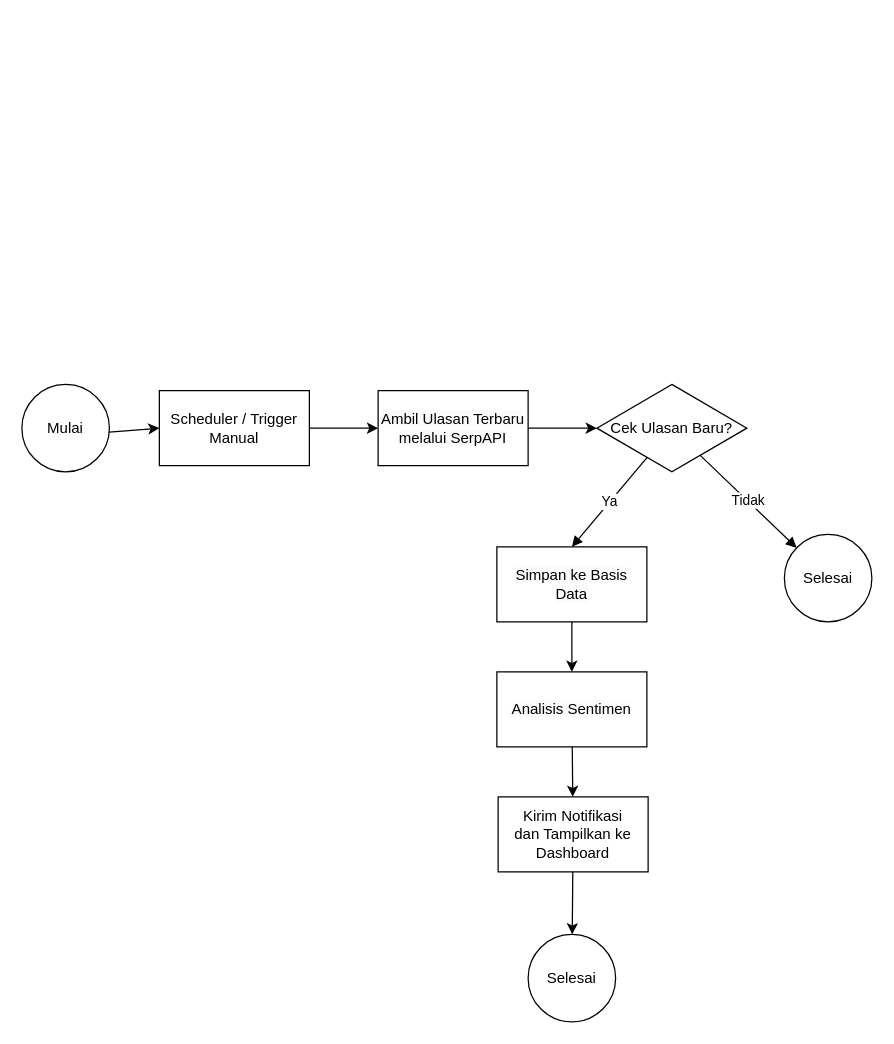
Above: drawio/scraping_operasional_serpapi.drawio in RinaldiHamzah/system-sentiment-monitoring-reviews (draw.io), before the change. Source tidied: cells renumbered, new cells numbered last; positions are measured from the earlier drawing's top-left corner, leaving out a move shared by most shapes. Both pictures are drawn from the tidied source at 125%, with x=0, y=0 at pixel (21, 384).
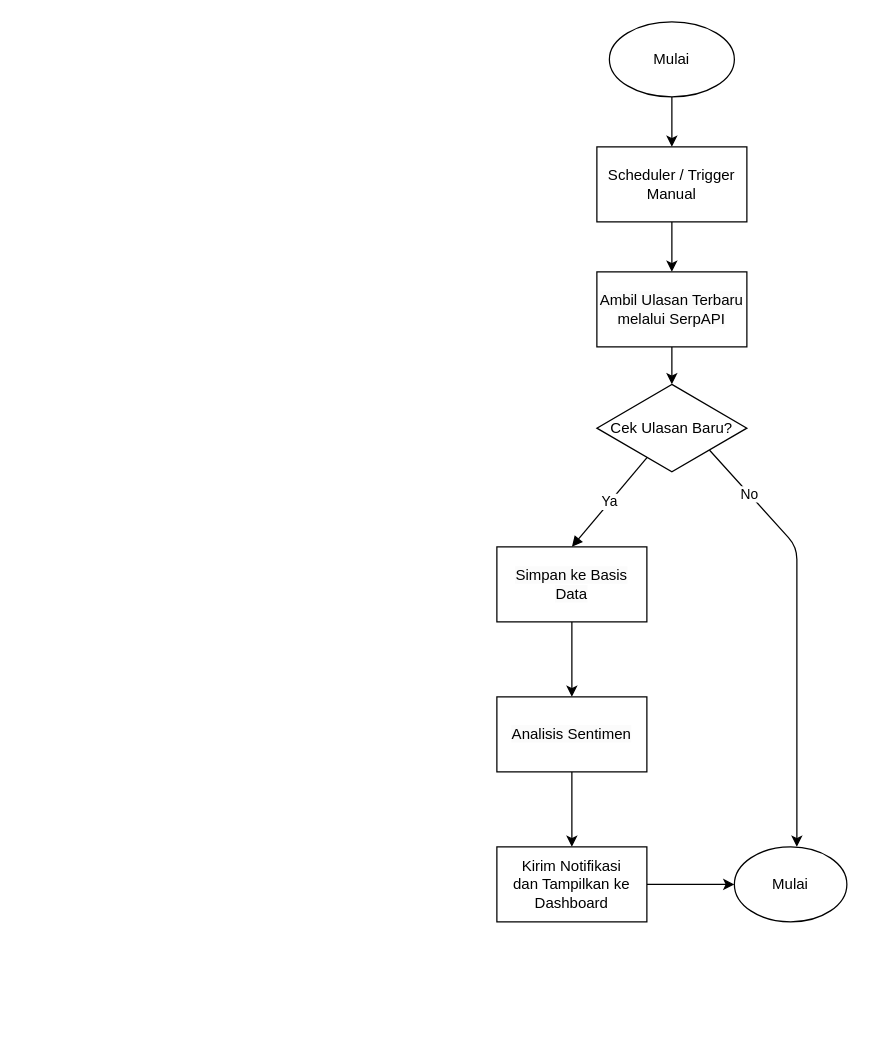
Above is the later version.

Unchanged cells that the change refers to:
```xml
<mxCell id="4" value="Cek Ulasan Baru?" style="rhombus;whiteSpace=wrap;html=1;" parent="1" vertex="1">
  <mxGeometry x="460" width="120" height="70" as="geometry" />
</mxCell>
```

Diff of the diagram source:
```diff
@@
-    <mxCell id="2" style="edgeStyle=none;html=1;" parent="1" edge="1" source="3" target="10">
-      <mxGeometry relative="1" as="geometry" />
-    </mxCell>
-    <mxCell id="3" value="Mulai" style="ellipse;whiteSpace=wrap;html=1;" parent="1" vertex="1">
-      <mxGeometry width="70" height="70" as="geometry" />
-    </mxCell>
+    <mxCell id="19" style="edgeStyle=none;html=1;exitX=1;exitY=1;exitDx=0;exitDy=0;" parent="1" edge="1" source="4">
+      <mxGeometry relative="1" as="geometry">
+        <mxPoint x="620" y="370" as="targetPoint" />
+        <Array as="points">
+          <mxPoint x="620" y="130" />
+        </Array>
+      </mxGeometry>
+    </mxCell>
+    <mxCell id="20" value="No" style="edgeLabel;html=1;align=center;verticalAlign=middle;" parent="19" vertex="1">
+      <mxGeometry x="-0.72" y="1" relative="1" as="geometry">
+        <mxPoint x="-1" as="offset" />
+      </mxGeometry>
+    </mxCell>
@@
-    <mxCell id="5" value="Selesai" style="ellipse;whiteSpace=wrap;html=1;" parent="1" vertex="1">
-      <mxGeometry x="610" y="120" width="70" height="70" as="geometry" />
-    </mxCell>
-    <mxCell id="6" value="Selesai" style="ellipse;whiteSpace=wrap;html=1;" parent="1" vertex="1">
-      <mxGeometry x="405" y="440" width="70" height="70" as="geometry" />
-    </mxCell>
-    <mxCell id="7" value="Tidak" style="endArrow=block;html=1;" parent="1" edge="1" source="4" target="5">
-      <mxGeometry relative="1" as="geometry" />
-    </mxCell>
@@
     <mxCell id="10" value="&lt;span style=&quot;color: rgb(0, 0, 0);&quot;&gt;Scheduler / Trigger Manual&lt;/span&gt;" style="rounded=0;whiteSpace=wrap;html=1;align=center;" parent="1" vertex="1">
-      <mxGeometry x="110" y="5" width="120" height="60" as="geometry" />
+      <mxGeometry x="460" y="-190" width="120" height="60" as="geometry" />
     </mxCell>
@@
     <mxCell id="12" value="&lt;div style=&quot;&quot;&gt;&lt;br&gt;&lt;/div&gt;&lt;span style=&quot;color: rgb(0, 0, 0); font-family: Helvetica; font-size: 12px; font-style: normal; font-variant-ligatures: normal; font-variant-caps: normal; font-weight: 400; letter-spacing: normal; orphans: 2; text-indent: 0px; text-transform: none; widows: 2; word-spacing: 0px; -webkit-text-stroke-width: 0px; white-space: normal; background-color: rgb(251, 251, 251); text-decoration-thickness: initial; text-decoration-style: initial; text-decoration-color: initial; float: none; display: inline !important;&quot;&gt;&lt;div style=&quot;&quot;&gt;&lt;span style=&quot;background-color: light-dark(rgb(251, 251, 251), rgb(21, 21, 21));&quot;&gt;Ambil Ulasan Terbaru&lt;/span&gt;&lt;/div&gt;&lt;/span&gt;&lt;span style=&quot;color: rgb(0, 0, 0); font-family: Helvetica; font-size: 12px; font-style: normal; font-variant-ligatures: normal; font-variant-caps: normal; font-weight: 400; letter-spacing: normal; orphans: 2; text-indent: 0px; text-transform: none; widows: 2; word-spacing: 0px; -webkit-text-stroke-width: 0px; white-space: normal; background-color: rgb(251, 251, 251); text-decoration-thickness: initial; text-decoration-style: initial; text-decoration-color: initial; float: none; display: inline !important;&quot;&gt;&lt;div style=&quot;&quot;&gt;&lt;span style=&quot;background-color: light-dark(rgb(251, 251, 251), rgb(21, 21, 21));&quot;&gt;melalui SerpAPI&lt;/span&gt;&lt;/div&gt;&lt;/span&gt;&lt;div style=&quot;&quot;&gt;&lt;br&gt;&lt;/div&gt;" style="rounded=0;whiteSpace=wrap;html=1;align=center;" parent="1" vertex="1">
-      <mxGeometry x="285" y="5" width="120" height="60" as="geometry" />
+      <mxGeometry x="460" y="-90" width="120" height="60" as="geometry" />
     </mxCell>
@@
     <mxCell id="16" value="&lt;br&gt;&lt;span style=&quot;color: rgb(0, 0, 0); font-family: Helvetica; font-size: 12px; font-style: normal; font-variant-ligatures: normal; font-variant-caps: normal; font-weight: 400; letter-spacing: normal; orphans: 2; text-indent: 0px; text-transform: none; widows: 2; word-spacing: 0px; -webkit-text-stroke-width: 0px; white-space: normal; background-color: rgb(251, 251, 251); text-decoration-thickness: initial; text-decoration-style: initial; text-decoration-color: initial; float: none; display: inline !important;&quot;&gt;Analisis Sentimen&lt;/span&gt;&lt;div&gt;&lt;br/&gt;&lt;/div&gt;" style="rounded=0;whiteSpace=wrap;html=1;align=center;" parent="1" vertex="1">
-      <mxGeometry x="380" y="230" width="120" height="60" as="geometry" />
+      <mxGeometry x="380" y="250" width="120" height="60" as="geometry" />
     </mxCell>
-    <mxCell id="17" style="edgeStyle=none;html=1;" parent="1" edge="1" source="18" target="6">
-      <mxGeometry relative="1" as="geometry" />
-    </mxCell>
+    <mxCell id="21" style="edgeStyle=none;html=1;" parent="1" edge="1" source="18" target="24">
+      <mxGeometry relative="1" as="geometry" />
+    </mxCell>
     <mxCell id="18" value="&lt;span style=&quot;color: rgb(0, 0, 0);&quot;&gt;Kirim Notifikasi&lt;/span&gt;&lt;br style=&quot;color: rgb(63, 63, 63); scrollbar-color: rgb(226, 226, 226) rgb(251, 251, 251);&quot;&gt;&lt;span style=&quot;color: rgb(0, 0, 0);&quot;&gt;dan Tampilkan ke Dashboard&lt;/span&gt;" style="rounded=0;whiteSpace=wrap;html=1;" parent="1" vertex="1">
-      <mxGeometry x="381" y="330" width="120" height="60" as="geometry" />
+      <mxGeometry x="380" y="370" width="120" height="60" as="geometry" />
     </mxCell>
+    <mxCell id="22" style="edgeStyle=none;html=1;" parent="1" edge="1" source="23" target="10">
+      <mxGeometry relative="1" as="geometry" />
+    </mxCell>
+    <mxCell id="23" value="Mulai" style="ellipse;whiteSpace=wrap;html=1;" parent="1" vertex="1">
+      <mxGeometry x="470" y="-290" width="100" height="60" as="geometry" />
+    </mxCell>
+    <mxCell id="24" value="Mulai" style="ellipse;whiteSpace=wrap;html=1;" parent="1" vertex="1">
+      <mxGeometry x="570" y="370" width="90" height="60" as="geometry" />
+    </mxCell>
```
